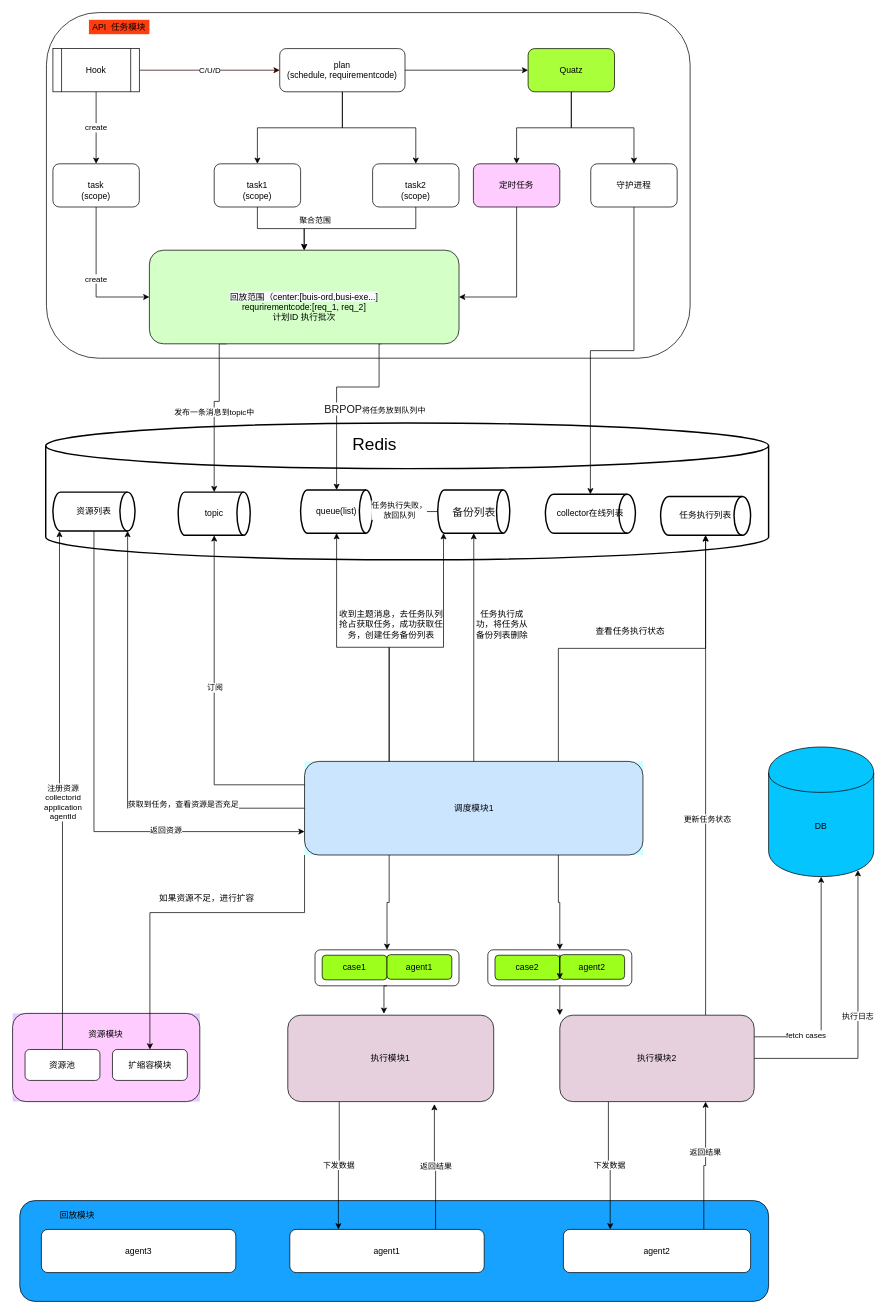
mayi295940/diagrams keeps this draw.io diagram as 调度管理.drawio. Above is the earlier version. Source tidied: cells renumbered, new cells numbered last; positions are measured from the earlier drawing's top-left corner, leaving out a move shared by most shapes. Both pictures are drawn from the tidied source at 72%, with x=0, y=0 at pixel (12, 12).
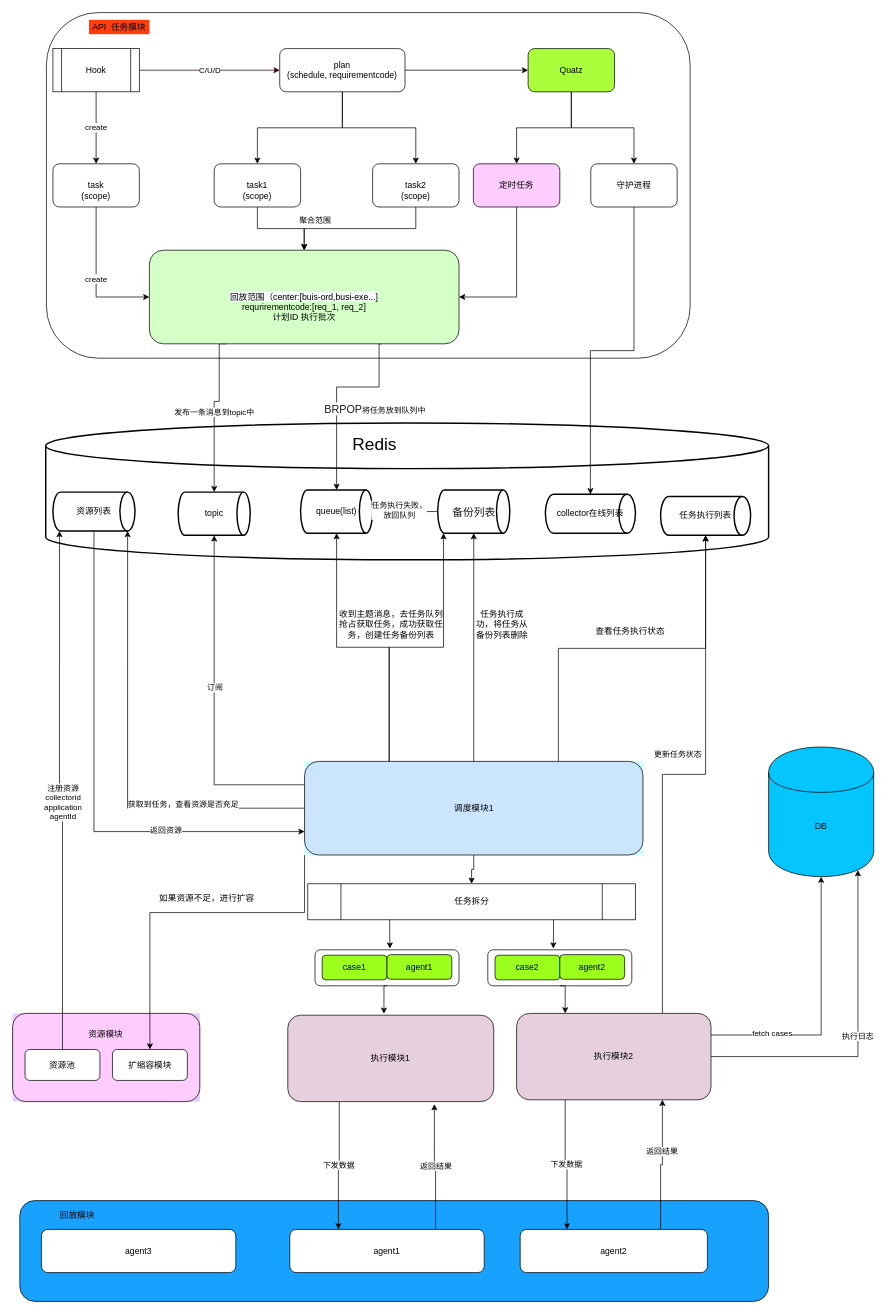
The same page after the edit.

Commit message (it also covers changes not shown here):
更新调度管理.drawio

Unchanged cells that the change refers to:
```xml
<mxCell id="30" style="edgeStyle=orthogonalEdgeStyle;rounded=0;jettySize=auto;html=1;exitX=0.75;exitY=0;exitDx=0;exitDy=0;entryX=0.5;entryY=1;entryDx=0;entryDy=0;entryPerimeter=0;" parent="1" edge="1" source="32" target="48">
  <mxGeometry relative="1" as="geometry" />
</mxCell>
<mxCell id="44" value="调度模块1" style="rounded=1;whiteSpace=wrap;html=1;fillColor=#CCE5FF;" parent="43" vertex="1">
  <mxGeometry width="470" height="130" as="geometry" />
</mxCell>
<mxCell id="53" style="rounded=1;whiteSpace=wrap;html=1;fillColor=#FFFFFF;" parent="52" vertex="1">
  <mxGeometry width="200" height="50" as="geometry" />
</mxCell>
<mxCell id="75" style="group;" parent="1" vertex="1">
  <mxGeometry x="660" y="1301.7" width="200" height="50" as="geometry" />
</mxCell>
<mxCell id="76" style="rounded=1;whiteSpace=wrap;html=1;fillColor=#FFFFFF;" parent="75" vertex="1">
  <mxGeometry width="200" height="50" as="geometry" />
</mxCell>
<mxCell id="78" value="agent2" style="rounded=1;whiteSpace=wrap;html=1;fillColor=#9DFF1C;" parent="75" vertex="1">
  <mxGeometry x="100" y="6.7" width="90" height="34.2" as="geometry" />
</mxCell>
```

What changed in the source:
```diff
@@
     <mxCell id="31" value="更新任务状态" style="edgeLabel;html=1;align=center;verticalAlign=middle;" parent="30" vertex="1">
-      <mxGeometry x="-0.18" y="-2" relative="1" as="geometry" />
+      <mxGeometry x="-0.18" y="-2" relative="1" as="geometry">
+        <mxPoint x="18.5" y="-64" as="offset" />
+      </mxGeometry>
     </mxCell>
     <mxCell id="32" value="执行模块2" style="rounded=1;whiteSpace=wrap;html=1;fillColor=#E6D0DE;" parent="1" vertex="1">
-      <mxGeometry x="760" y="1392.5" width="270" height="120" as="geometry" />
+      <mxGeometry x="700" y="1390" width="270" height="120" as="geometry" />
     </mxCell>
@@
-    <mxCell id="79" style="edgeStyle=orthogonalEdgeStyle;rounded=0;orthogonalLoop=1;jettySize=auto;html=1;exitX=0;exitY=0;exitDx=0;exitDy=0;entryX=0;entryY=1;entryDx=0;entryDy=0;" parent="75" edge="1" source="78" target="78">
-      <mxGeometry relative="1" as="geometry" />
-    </mxCell>
-    <mxCell id="80" style="edgeStyle=orthogonalEdgeStyle;rounded=0;jettySize=auto;html=1;exitX=0.75;exitY=1;exitDx=0;exitDy=0;entryX=0.5;entryY=0;entryDx=0;entryDy=0;" parent="1" edge="1" source="44" target="76">
-      <mxGeometry relative="1" as="geometry" />
-    </mxCell>
@@
     <mxCell id="86" value="agent2" style="rounded=1;whiteSpace=wrap;html=1;fillColor=#FFFFFF;" parent="1" vertex="1">
-      <mxGeometry x="765" y="1690" width="260" height="60" as="geometry" />
+      <mxGeometry x="705" y="1690" width="260" height="60" as="geometry" />
     </mxCell>
-    <mxCell id="87" style="edgeStyle=orthogonalEdgeStyle;rounded=0;jettySize=auto;html=1;exitX=0.25;exitY=1;exitDx=0;exitDy=0;entryX=0.5;entryY=0;entryDx=0;entryDy=0;" parent="1" edge="1" source="44" target="53">
-      <mxGeometry relative="1" as="geometry" />
-    </mxCell>
@@
+    <mxCell id="93" style="edgeStyle=orthogonalEdgeStyle;rounded=0;jettySize=auto;html=1;exitX=0.25;exitY=1;exitDx=0;exitDy=0;" parent="1" edge="1" source="95">
+      <mxGeometry relative="1" as="geometry">
+        <mxPoint x="524" y="1300" as="targetPoint" />
+      </mxGeometry>
+    </mxCell>
+    <mxCell id="94" style="edgeStyle=orthogonalEdgeStyle;rounded=0;jettySize=auto;html=1;exitX=0.75;exitY=1;exitDx=0;exitDy=0;" parent="1" edge="1" source="95">
+      <mxGeometry relative="1" as="geometry">
+        <mxPoint x="751" y="1300" as="targetPoint" />
+      </mxGeometry>
+    </mxCell>
+    <mxCell id="95" value="任务拆分" style="shape=process;whiteSpace=wrap;html=1;backgroundOutline=1;fillColor=#FFFFFF;" parent="1" vertex="1">
+      <mxGeometry x="410" y="1210" width="455" height="50" as="geometry" />
+    </mxCell>
+    <mxCell id="96" style="edgeStyle=orthogonalEdgeStyle;rounded=0;jettySize=auto;html=1;exitX=0.5;exitY=1;exitDx=0;exitDy=0;entryX=0.5;entryY=0;entryDx=0;entryDy=0;" parent="1" edge="1" source="44" target="95">
+      <mxGeometry relative="1" as="geometry" />
+    </mxCell>
-    <mxCell id="92" style="edgeStyle=orthogonalEdgeStyle;rounded=0;jettySize=auto;html=1;exitX=0.5;exitY=1;exitDx=0;exitDy=0;entryX=0;entryY=0;entryDx=0;entryDy=0;" parent="1" edge="1" source="76" target="32">
+    <mxCell id="92" style="edgeStyle=orthogonalEdgeStyle;rounded=0;jettySize=auto;html=1;exitX=0.5;exitY=1;exitDx=0;exitDy=0;entryX=0.25;entryY=0;entryDx=0;entryDy=0;" parent="1" edge="1" source="76" target="32">
       <mxGeometry relative="1" as="geometry" />
     </mxCell>
```
